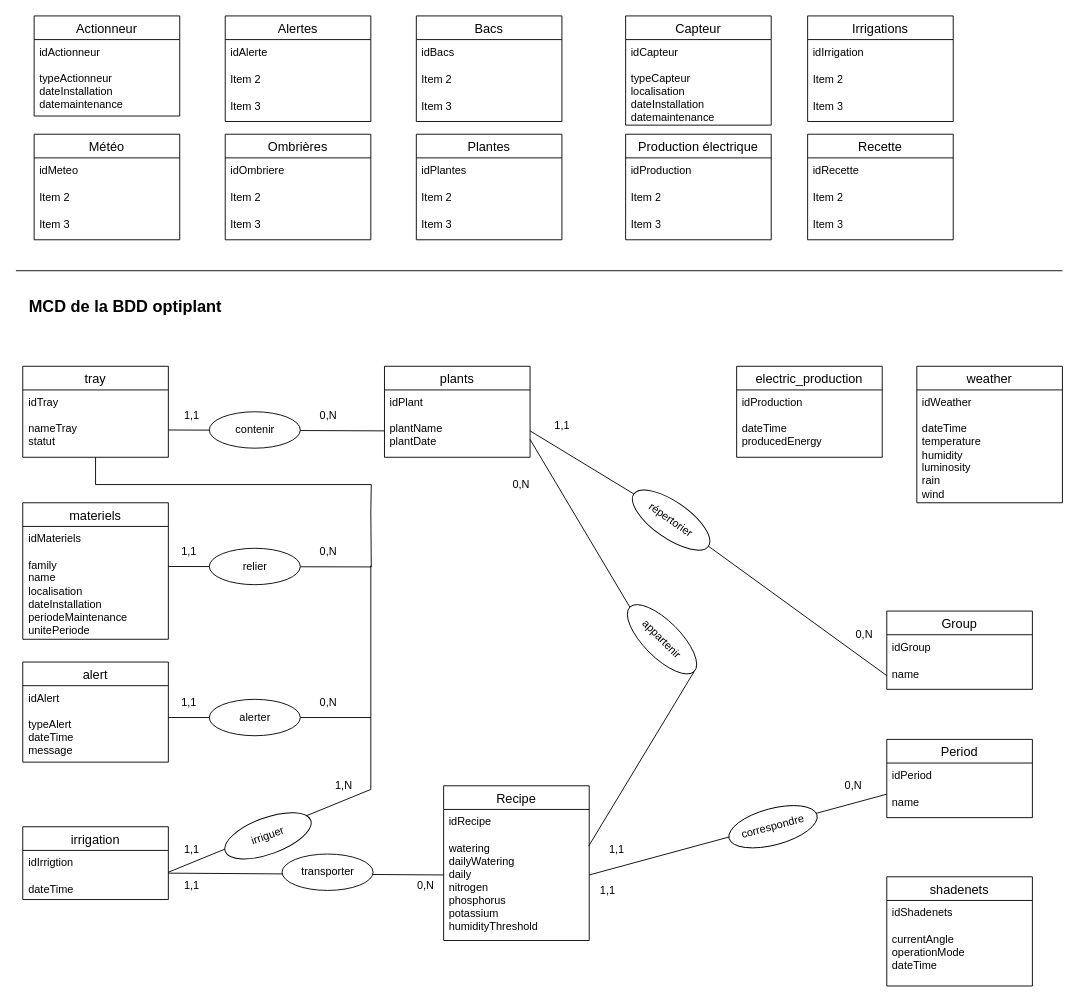
Earlier version of the draw.io diagram MCD.drawio (SAE601/BDD). Source tidied: cells renumbered, new cells numbered last; positions are measured from the earlier drawing's top-left corner, leaving out a move shared by most shapes. Both pictures are drawn from the tidied source at 91%, with x=0, y=0 at pixel (15, 15).
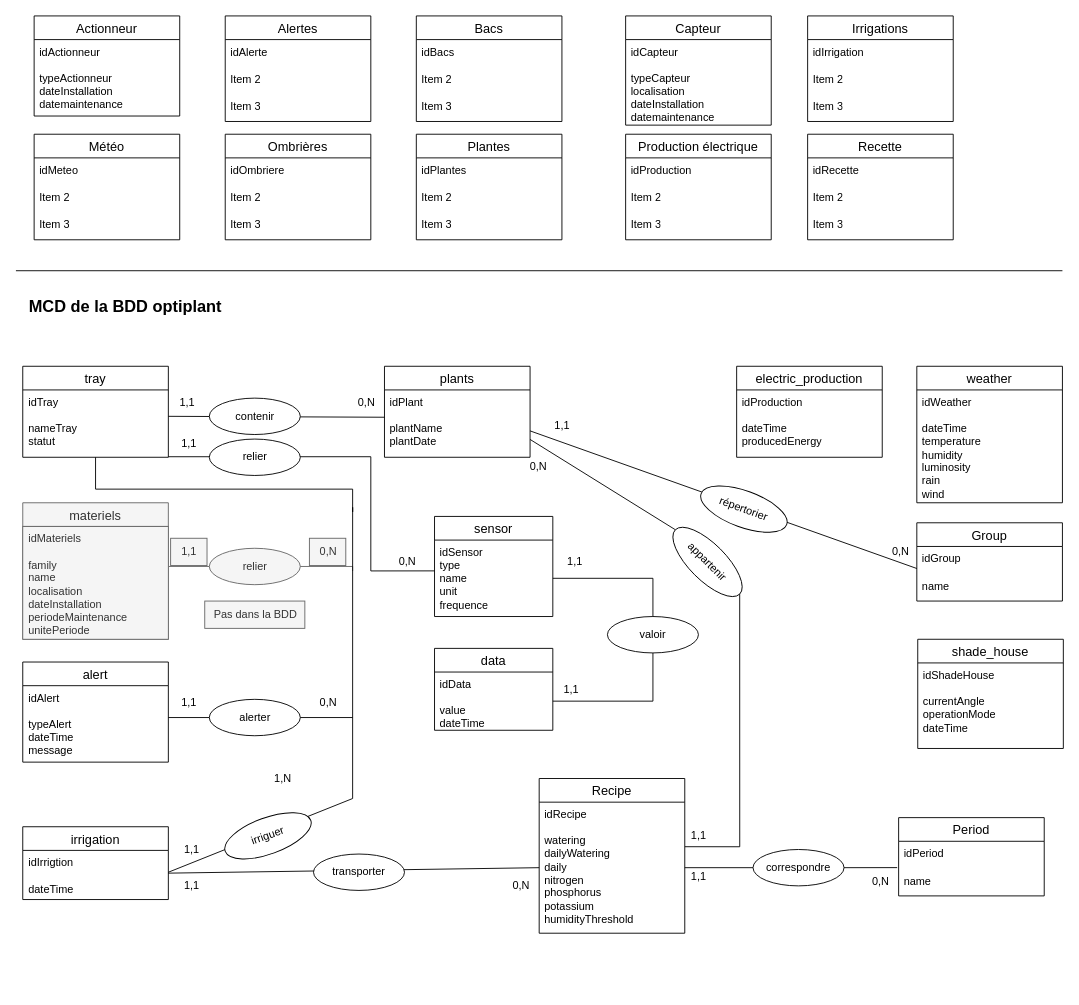
Above is the later version.

The change refers to these unchanged cells:
```xml
<mxCell id="35" value="tray" style="swimlane;fontStyle=0;horizontal=1;startSize=26;align=center;fontSize=14;" parent="1" vertex="1">
  <mxGeometry x="7.5" y="385" width="160" height="100" as="geometry" />
</mxCell>
<mxCell id="56" value="idGroup" style="text;strokeColor=none;fillColor=none;spacingLeft=4;spacingRight=4;overflow=hidden;points=[[0,0.5],[1,0.5]];portConstraint=eastwest;fontSize=12;whiteSpace=wrap;html=1;" parent="55" vertex="1">
  <mxGeometry y="26" width="160" height="30" as="geometry" />
</mxCell>
<mxCell id="57" value="name" style="text;strokeColor=none;fillColor=none;spacingLeft=4;spacingRight=4;overflow=hidden;points=[[0,0.5],[1,0.5]];portConstraint=eastwest;fontSize=12;whiteSpace=wrap;html=1;" parent="55" vertex="1">
  <mxGeometry y="56" width="160" height="30" as="geometry" />
</mxCell>
<mxCell id="67" value="name" style="text;strokeColor=none;fillColor=none;spacingLeft=4;spacingRight=4;overflow=hidden;points=[[0,0.5],[1,0.5]];portConstraint=eastwest;fontSize=12;whiteSpace=wrap;html=1;" parent="65" vertex="1">
  <mxGeometry y="56" width="160" height="30" as="geometry" />
</mxCell>
<mxCell id="75" value="&lt;div&gt;idRecipe&lt;br&gt;&lt;/div&gt;&lt;div&gt;&lt;br&gt;&lt;/div&gt;&lt;div&gt;watering&lt;span style=&quot;white-space: pre;&quot;&gt;&lt;/span&gt;&lt;/div&gt;&lt;div&gt;&lt;div&gt;dailyWatering&lt;span style=&quot;white-space: pre;&quot;&gt;&#9;&lt;/span&gt;&lt;/div&gt;&lt;div&gt;daily&lt;span style=&quot;white-space: pre;&quot;&gt;&#9;&lt;/span&gt;&lt;span style=&quot;white-space: pre;&quot;&gt;&#9;&lt;/span&gt;&lt;br&gt;nitrogen&lt;span style=&quot;white-space: pre;&quot;&gt;&#9;&lt;/span&gt;&lt;br&gt;phosphorus&lt;span style=&quot;white-space: pre;&quot;&gt;&#9;&lt;/span&gt;&lt;br&gt;potassium&lt;span style=&quot;white-space: pre;&quot;&gt;&#9;&lt;/span&gt;&lt;br&gt;humidityThreshold&lt;/div&gt;&lt;br&gt;&lt;/div&gt;&lt;div&gt;&lt;br&gt;&lt;/div&gt;" style="text;strokeColor=none;fillColor=none;spacingLeft=4;spacingRight=4;overflow=hidden;points=[[0,0.5],[1,0.5]];portConstraint=eastwest;fontSize=12;whiteSpace=wrap;html=1;" parent="74" vertex="1">
  <mxGeometry y="26" width="160" height="144" as="geometry" />
</mxCell>
```

Diff of the diagram source:
```diff
@@
     <mxCell id="34" style="edgeStyle=orthogonalEdgeStyle;rounded=0;jettySize=auto;html=1;exitX=0.5;exitY=1;exitDx=0;exitDy=0;endArrow=none;startFill=0;" parent="1" edge="1" source="35">
       <mxGeometry relative="1" as="geometry">
-        <mxPoint x="390" y="545" as="targetPoint" />
+        <mxPoint x="370" y="540" as="targetPoint" />
+        <Array as="points">
+          <mxPoint x="88" y="520" />
+          <mxPoint x="370" y="520" />
+          <mxPoint x="370" y="545" />
+        </Array>
       </mxGeometry>
     </mxCell>
@@
     <mxCell id="39" style="endArrow=none;html=1;rounded=0;entryX=0;entryY=0.5;entryDx=0;entryDy=0;" parent="1" edge="1">
       <mxGeometry relative="1" as="geometry">
-        <mxPoint x="167.5" y="455" as="sourcePoint" />
-        <mxPoint x="405" y="456" as="targetPoint" />
+        <mxPoint x="167.5" y="440" as="sourcePoint" />
+        <mxPoint x="405" y="441" as="targetPoint" />
       </mxGeometry>
     </mxCell>
     <mxCell id="40" value="contenir" style="ellipse;whiteSpace=wrap;html=1;align=center;" parent="1" vertex="1">
-      <mxGeometry x="212.5" y="435" width="100" height="40" as="geometry" />
+      <mxGeometry x="212.5" y="420" width="100" height="40" as="geometry" />
     </mxCell>
     <mxCell id="41" value="1,1" style="text;html=1;align=center;verticalAlign=middle;strokeColor=none;fillColor=none;" parent="1" vertex="1">
-      <mxGeometry x="172.5" y="424" width="40" height="30" as="geometry" />
+      <mxGeometry x="167.5" y="410" width="40" height="30" as="geometry" />
     </mxCell>
     <mxCell id="42" value="0,N" style="text;html=1;align=center;verticalAlign=middle;strokeColor=none;fillColor=none;" parent="1" vertex="1">
-      <mxGeometry x="322.5" y="424" width="40" height="30" as="geometry" />
+      <mxGeometry x="365" y="410" width="40" height="30" as="geometry" />
     </mxCell>
@@
-    <mxCell id="44" style="endArrow=none;html=1;rounded=0;edgeStyle=orthogonalEdgeStyle;" parent="1" edge="1">
+    <mxCell id="44" style="endArrow=none;html=1;rounded=0;edgeStyle=orthogonalEdgeStyle;fillColor=#f5f5f5;strokeColor=#666666;" parent="1" edge="1">
       <mxGeometry relative="1" as="geometry">
         <mxPoint x="167.5" y="605" as="sourcePoint" />
-        <mxPoint x="390" y="545" as="targetPoint" />
+        <mxPoint x="370" y="610" as="targetPoint" />
+        <Array as="points">
+          <mxPoint x="370" y="605" />
+        </Array>
       </mxGeometry>
     </mxCell>
-    <mxCell id="45" value="relier" style="ellipse;whiteSpace=wrap;html=1;align=center;" parent="1" vertex="1">
+    <mxCell id="45" value="relier" style="ellipse;whiteSpace=wrap;html=1;align=center;fillColor=#f5f5f5;fontColor=#333333;strokeColor=#666666;" parent="1" vertex="1">
       <mxGeometry x="212.5" y="585" width="100" height="40" as="geometry" />
     </mxCell>
-    <mxCell id="46" value="1,1" style="text;html=1;align=center;verticalAlign=middle;strokeColor=none;fillColor=none;" parent="1" vertex="1">
+    <mxCell id="46" value="1,1" style="text;html=1;align=center;verticalAlign=middle;strokeColor=#666666;fillColor=#f5f5f5;fontColor=#333333;" parent="1" vertex="1">
       <mxGeometry x="170" y="574" width="40" height="30" as="geometry" />
     </mxCell>
-    <mxCell id="47" value="0,N" style="text;html=1;align=center;verticalAlign=middle;strokeColor=none;fillColor=none;" parent="1" vertex="1">
+    <mxCell id="47" value="0,N" style="text;html=1;align=center;verticalAlign=middle;strokeColor=#666666;fillColor=#f5f5f5;fontColor=#333333;" parent="1" vertex="1">
       <mxGeometry x="322.5" y="574" width="40" height="30" as="geometry" />
     </mxCell>
@@
     <mxCell id="50" style="endArrow=none;html=1;rounded=0;" parent="1" edge="1">
       <mxGeometry relative="1" as="geometry">
         <mxPoint x="167.5" y="771" as="sourcePoint" />
-        <mxPoint x="390" y="771" as="targetPoint" />
+        <mxPoint x="370" y="771" as="targetPoint" />
       </mxGeometry>
     </mxCell>
@@
     <mxCell id="54" value="0,N" style="text;html=1;align=center;verticalAlign=middle;strokeColor=none;fillColor=none;" parent="1" vertex="1">
-      <mxGeometry x="912" y="665" width="40" height="30" as="geometry" />
+      <mxGeometry x="952" y="574" width="40" height="30" as="geometry" />
     </mxCell>
     <mxCell id="55" value="Group" style="swimlane;fontStyle=0;horizontal=1;startSize=26;align=center;fontSize=14;" parent="1" vertex="1">
-      <mxGeometry x="957" y="654" width="160" height="86" as="geometry" />
+      <mxGeometry x="990" y="557" width="160" height="86" as="geometry" />
     </mxCell>
@@
     <mxCell id="59" value="1,1" style="text;html=1;align=center;verticalAlign=middle;strokeColor=none;fillColor=none;" parent="1" vertex="1">
-      <mxGeometry x="630" y="946" width="40" height="30" as="geometry" />
+      <mxGeometry x="730" y="886" width="40" height="30" as="geometry" />
     </mxCell>
     <mxCell id="60" value="0,N" style="text;html=1;align=center;verticalAlign=middle;strokeColor=none;fillColor=none;" parent="1" vertex="1">
-      <mxGeometry x="535" y="500" width="40" height="30" as="geometry" />
+      <mxGeometry x="554" y="480" width="40" height="30" as="geometry" />
     </mxCell>
@@
-    <mxCell id="62" style="endArrow=none;html=1;rounded=0;entryX=-0.001;entryY=0.142;entryDx=0;entryDy=0;exitX=1;exitY=0.5;exitDx=0;exitDy=0;entryPerimeter=0;" parent="1" edge="1" source="75" target="67">
+    <mxCell id="62" style="endArrow=none;html=1;rounded=0;entryX=-0.01;entryY=-0.036;entryDx=0;entryDy=0;exitX=1;exitY=0.5;exitDx=0;exitDy=0;entryPerimeter=0;" parent="1" edge="1" source="85" target="67">
       <mxGeometry relative="1" as="geometry" />
     </mxCell>
     <mxCell id="63" value="1,1" style="text;html=1;align=center;verticalAlign=middle;strokeColor=none;fillColor=none;" parent="1" vertex="1">
-      <mxGeometry x="640" y="901" width="40" height="30" as="geometry" />
+      <mxGeometry x="730" y="931" width="40" height="30" as="geometry" />
     </mxCell>
     <mxCell id="64" value="0,N" style="text;html=1;align=center;verticalAlign=middle;strokeColor=none;fillColor=none;" parent="1" vertex="1">
-      <mxGeometry x="900" y="831" width="40" height="30" as="geometry" />
+      <mxGeometry x="930" y="937" width="40" height="30" as="geometry" />
     </mxCell>
     <mxCell id="65" value="Period" style="swimlane;fontStyle=0;horizontal=1;startSize=26;align=center;fontSize=14;" parent="1" vertex="1">
-      <mxGeometry x="957" y="795" width="160" height="86" as="geometry" />
+      <mxGeometry x="970" y="881" width="160" height="86" as="geometry" />
     </mxCell>
@@
     <mxCell id="70" style="endArrow=none;html=1;rounded=0;" parent="1" edge="1">
       <mxGeometry relative="1" as="geometry">
         <mxPoint x="167.5" y="941" as="sourcePoint" />
-        <mxPoint x="390" y="850" as="targetPoint" />
+        <mxPoint x="370" y="860" as="targetPoint" />
       </mxGeometry>
     </mxCell>
@@
     <mxCell id="73" value="1,N" style="text;html=1;align=center;verticalAlign=middle;strokeColor=none;fillColor=none;" parent="1" vertex="1">
-      <mxGeometry x="340" y="831" width="40" height="30" as="geometry" />
+      <mxGeometry x="272.5" y="823" width="40" height="30" as="geometry" />
     </mxCell>
     <mxCell id="74" value="Recipe" style="swimlane;fontStyle=0;horizontal=1;startSize=26;align=center;fontSize=14;" parent="1" vertex="1">
-      <mxGeometry x="470" y="846" width="160" height="170" as="geometry" />
+      <mxGeometry x="575" y="838" width="160" height="170" as="geometry" />
     </mxCell>
@@
     <mxCell id="77" value="0,N" style="text;html=1;align=center;verticalAlign=middle;strokeColor=none;fillColor=none;" parent="1" vertex="1">
-      <mxGeometry x="430" y="941" width="40" height="30" as="geometry" />
+      <mxGeometry x="535" y="941" width="40" height="30" as="geometry" />
     </mxCell>
@@
-    <mxCell id="79" style="rounded=0;jettySize=auto;html=1;entryX=0;entryY=0.5;entryDx=0;entryDy=0;endArrow=none;startFill=0;exitX=1;exitY=0.5;exitDx=0;exitDy=0;" parent="1" edge="1" source="83" target="57">
-      <mxGeometry relative="1" as="geometry" />
-    </mxCell>
@@
     <mxCell id="81" style="endArrow=none;html=1;rounded=0;" parent="1" edge="1">
       <mxGeometry relative="1" as="geometry">
-        <mxPoint x="390" y="850" as="sourcePoint" />
-        <mxPoint x="390" y="604" as="targetPoint" />
+        <mxPoint x="370" y="860" as="sourcePoint" />
+        <mxPoint x="370" y="540" as="targetPoint" />
       </mxGeometry>
     </mxCell>
-    <mxCell id="82" style="rounded=0;jettySize=auto;html=1;entryX=0;entryY=0.5;entryDx=0;entryDy=0;endArrow=none;startFill=0;exitX=1;exitY=0.5;exitDx=0;exitDy=0;" parent="1" edge="1" target="83">
+    <mxCell id="82" style="rounded=0;jettySize=auto;html=1;entryX=0;entryY=0.808;entryDx=0;entryDy=0;endArrow=none;startFill=0;exitX=1;exitY=0.5;exitDx=0;exitDy=0;entryPerimeter=0;" parent="1" edge="1" target="56">
       <mxGeometry relative="1" as="geometry">
         <mxPoint x="565" y="456" as="sourcePoint" />
       </mxGeometry>
     </mxCell>
-    <mxCell id="83" value="répertorier" style="ellipse;whiteSpace=wrap;html=1;align=center;rotation=35;" parent="1" vertex="1">
-      <mxGeometry x="670" y="534" width="100" height="40" as="geometry" />
-    </mxCell>
     <mxCell id="84" value="transporter" style="ellipse;whiteSpace=wrap;html=1;align=center;rotation=0;" parent="1" vertex="1">
-      <mxGeometry x="292.5" y="921" width="100" height="40" as="geometry" />
+      <mxGeometry x="327" y="921" width="100" height="40" as="geometry" />
     </mxCell>
-    <mxCell id="85" value="correspondre" style="ellipse;whiteSpace=wrap;html=1;align=center;rotation=-15;" parent="1" vertex="1">
-      <mxGeometry x="782" y="871" width="100" height="40" as="geometry" />
-    </mxCell>
@@
-    <mxCell id="91" value="shadenets" style="swimlane;fontStyle=0;horizontal=1;startSize=26;align=center;fontSize=14;" parent="1" vertex="1">
-      <mxGeometry x="957" y="946" width="160" height="120" as="geometry" />
+    <mxCell id="91" value="shade_house" style="swimlane;fontStyle=0;horizontal=1;startSize=26;align=center;fontSize=14;" parent="1" vertex="1">
+      <mxGeometry x="991" y="685" width="160" height="120" as="geometry" />
     </mxCell>
-    <mxCell id="92" value="&lt;div&gt;idShadenets&lt;/div&gt;&lt;div&gt;&lt;br&gt;&lt;/div&gt;&lt;div&gt;currentAngle&lt;span style=&quot;white-space: pre;&quot;&gt;&#9;&lt;/span&gt;&lt;/div&gt;&lt;div&gt;operationMode &lt;br&gt;&lt;/div&gt;&lt;div&gt;dateTime&lt;/div&gt;" style="text;strokeColor=none;fillColor=none;spacingLeft=4;spacingRight=4;overflow=hidden;fontSize=12;whiteSpace=wrap;html=1;" parent="91" vertex="1">
+    <mxCell id="92" value="&lt;div&gt;idShadeHouse&lt;/div&gt;&lt;div&gt;&lt;br&gt;&lt;/div&gt;&lt;div&gt;currentAngle&lt;span style=&quot;white-space: pre;&quot;&gt;&#9;&lt;/span&gt;&lt;/div&gt;&lt;div&gt;operationMode &lt;br&gt;&lt;/div&gt;&lt;div&gt;dateTime&lt;/div&gt;" style="text;strokeColor=none;fillColor=none;spacingLeft=4;spacingRight=4;overflow=hidden;fontSize=12;whiteSpace=wrap;html=1;" parent="91" vertex="1">
       <mxGeometry y="26" width="160" height="94" as="geometry" />
     </mxCell>
-    <mxCell id="93" value="materiels" style="swimlane;fontStyle=0;horizontal=1;startSize=26;align=center;fontSize=14;" parent="1" vertex="1">
+    <mxCell id="93" value="materiels" style="swimlane;fontStyle=0;horizontal=1;startSize=26;align=center;fontSize=14;fillColor=#f5f5f5;fontColor=#333333;strokeColor=#666666;" parent="1" vertex="1">
       <mxGeometry x="7.5" y="535" width="160" height="150" as="geometry" />
     </mxCell>
-    <mxCell id="94" value="&lt;div&gt;idMateriels&lt;/div&gt;&lt;div&gt;&lt;br&gt;&lt;/div&gt;&lt;div&gt;family&lt;/div&gt;&lt;div&gt;name&lt;/div&gt;&lt;div&gt;localisation&lt;br&gt;&lt;/div&gt;&lt;div&gt;dateInstallation&lt;/div&gt;&lt;div&gt;periodeMaintenance&lt;/div&gt;&lt;div&gt;unitePeriode&lt;/div&gt;" style="text;strokeColor=none;fillColor=none;spacingLeft=4;spacingRight=4;overflow=hidden;fontSize=12;whiteSpace=wrap;html=1;" parent="93" vertex="1">
+    <mxCell id="94" value="&lt;div&gt;idMateriels&lt;/div&gt;&lt;div&gt;&lt;br&gt;&lt;/div&gt;&lt;div&gt;family&lt;/div&gt;&lt;div&gt;name&lt;/div&gt;&lt;div&gt;localisation&lt;br&gt;&lt;/div&gt;&lt;div&gt;dateInstallation&lt;/div&gt;&lt;div&gt;periodeMaintenance&lt;/div&gt;&lt;div&gt;unitePeriode&lt;/div&gt;" style="text;strokeColor=#666666;fillColor=#f5f5f5;spacingLeft=4;spacingRight=4;overflow=hidden;fontSize=12;whiteSpace=wrap;html=1;fontColor=#333333;" parent="93" vertex="1">
       <mxGeometry y="26" width="160" height="124" as="geometry" />
     </mxCell>
@@
     <mxCell id="99" value="appartenir" style="ellipse;whiteSpace=wrap;html=1;align=center;rotation=45;" parent="1" vertex="1">
-      <mxGeometry x="660" y="665" width="100" height="40" as="geometry" />
+      <mxGeometry x="710" y="580" width="100" height="40" as="geometry" />
     </mxCell>
+    <mxCell id="101" value="sensor" style="swimlane;fontStyle=0;horizontal=1;startSize=26;align=center;fontSize=14;" parent="1" vertex="1">
+      <mxGeometry x="460" y="550" width="130" height="110" as="geometry" />
+    </mxCell>
+    <mxCell id="102" value="&lt;div&gt;idSensor&lt;/div&gt;&lt;div&gt;type&lt;span style=&quot;white-space: pre;&quot;&gt;&#9;&lt;/span&gt;&lt;/div&gt;&lt;div&gt;name&lt;/div&gt;&lt;div&gt;unit&lt;/div&gt;&lt;div&gt;frequence &lt;br&gt;&lt;/div&gt;&lt;div&gt;&lt;br&gt;&lt;/div&gt;" style="text;strokeColor=none;fillColor=none;spacingLeft=4;spacingRight=4;overflow=hidden;points=[[0,0.5],[1,0.5]];portConstraint=eastwest;fontSize=12;whiteSpace=wrap;html=1;" parent="101" vertex="1">
+      <mxGeometry y="26" width="130" height="84" as="geometry" />
+    </mxCell>
+    <mxCell id="103" value="data" style="swimlane;fontStyle=0;horizontal=1;startSize=26;align=center;fontSize=14;" parent="1" vertex="1">
+      <mxGeometry x="460" y="695" width="130" height="90" as="geometry" />
+    </mxCell>
+    <mxCell id="104" value="&lt;div&gt;idData&lt;/div&gt;&lt;div&gt;&lt;br&gt;&lt;/div&gt;&lt;div&gt;&lt;div&gt;value&lt;/div&gt;&lt;div&gt;dateTime&lt;/div&gt;&lt;br&gt;&lt;/div&gt;&lt;div&gt;&lt;br&gt;&lt;/div&gt;" style="text;strokeColor=none;fillColor=none;spacingLeft=4;spacingRight=4;overflow=hidden;points=[[0,0.5],[1,0.5]];portConstraint=eastwest;fontSize=12;whiteSpace=wrap;html=1;" parent="103" vertex="1">
+      <mxGeometry y="26" width="130" height="64" as="geometry" />
+    </mxCell>
+    <mxCell id="105" value="1,1" style="text;html=1;align=center;verticalAlign=middle;strokeColor=none;fillColor=none;" parent="1" vertex="1">
+      <mxGeometry x="594" y="585" width="40" height="30" as="geometry" />
+    </mxCell>
+    <mxCell id="106" value="1,1" style="text;html=1;align=center;verticalAlign=middle;strokeColor=none;fillColor=none;" parent="1" vertex="1">
+      <mxGeometry x="590" y="725" width="40" height="30" as="geometry" />
+    </mxCell>
+    <mxCell id="107" style="endArrow=none;html=1;rounded=0;edgeStyle=orthogonalEdgeStyle;entryX=0.001;entryY=0.403;entryDx=0;entryDy=0;entryPerimeter=0;" parent="1" edge="1" target="102">
+      <mxGeometry relative="1" as="geometry">
+        <mxPoint x="167.5" y="484.4" as="sourcePoint" />
+        <Array as="points">
+          <mxPoint x="390" y="484" />
+          <mxPoint x="390" y="610" />
+          <mxPoint x="460" y="610" />
+        </Array>
+      </mxGeometry>
+    </mxCell>
+    <mxCell id="108" value="relier" style="ellipse;whiteSpace=wrap;html=1;align=center;" parent="1" vertex="1">
+      <mxGeometry x="212.5" y="465" width="100" height="40" as="geometry" />
+    </mxCell>
+    <mxCell id="109" value="1,1" style="text;html=1;align=center;verticalAlign=middle;strokeColor=none;fillColor=none;" parent="1" vertex="1">
+      <mxGeometry x="170" y="455" width="40" height="30" as="geometry" />
+    </mxCell>
+    <mxCell id="110" value="0,N" style="text;html=1;align=center;verticalAlign=middle;strokeColor=none;fillColor=none;" parent="1" vertex="1">
+      <mxGeometry x="410" y="585" width="40" height="30" as="geometry" />
+    </mxCell>
+    <mxCell id="111" value="Pas dans la BDD " style="text;html=1;align=center;verticalAlign=middle;strokeColor=#666666;fillColor=#f5f5f5;fontColor=#333333;" parent="1" vertex="1">
+      <mxGeometry x="207.5" y="643" width="110" height="30" as="geometry" />
+    </mxCell>
+    <mxCell id="112" style="endArrow=none;html=1;rounded=0;entryX=0;entryY=0.5;entryDx=0;entryDy=0;exitX=1;exitY=0.5;exitDx=0;exitDy=0;" parent="1" edge="1" source="75" target="85">
+      <mxGeometry relative="1" as="geometry" />
+    </mxCell>
+    <mxCell id="85" value="correspondre" style="ellipse;whiteSpace=wrap;html=1;align=center;rotation=0;" parent="1" vertex="1">
+      <mxGeometry x="810" y="916" width="100" height="40" as="geometry" />
+    </mxCell>
+    <mxCell id="83" value="répertorier" style="ellipse;whiteSpace=wrap;html=1;align=center;rotation=20;" parent="1" vertex="1">
+      <mxGeometry x="750" y="522" width="100" height="40" as="geometry" />
+    </mxCell>
-    <mxCell id="100" style="edgeStyle=none;rounded=0;jettySize=auto;html=1;exitX=1;exitY=0.5;exitDx=0;exitDy=0;entryX=0.996;entryY=0.28;entryDx=0;entryDy=0;entryPerimeter=0;endArrow=none;startFill=0;" parent="1" edge="1" source="99" target="75">
+    <mxCell id="100" style="edgeStyle=orthogonalEdgeStyle;rounded=0;jettySize=auto;html=1;exitX=1;exitY=0.5;exitDx=0;exitDy=0;entryX=1.001;entryY=0.34;entryDx=0;entryDy=0;entryPerimeter=0;endArrow=none;startFill=0;" parent="1" edge="1" source="99" target="75">
       <mxGeometry relative="1" as="geometry" />
     </mxCell>
+    <mxCell id="113" style="edgeStyle=orthogonalEdgeStyle;rounded=0;jettySize=auto;html=1;exitX=0.5;exitY=0;exitDx=0;exitDy=0;entryX=1;entryY=0.5;entryDx=0;entryDy=0;endArrow=none;startFill=0;" parent="1" edge="1" source="115" target="102">
+      <mxGeometry relative="1" as="geometry" />
+    </mxCell>
+    <mxCell id="114" style="edgeStyle=orthogonalEdgeStyle;rounded=0;jettySize=auto;html=1;exitX=0.5;exitY=1;exitDx=0;exitDy=0;entryX=1;entryY=0.5;entryDx=0;entryDy=0;endArrow=none;startFill=0;" parent="1" edge="1" source="115" target="104">
+      <mxGeometry relative="1" as="geometry" />
+    </mxCell>
+    <mxCell id="115" value="valoir" style="ellipse;whiteSpace=wrap;html=1;align=center;rotation=0;" parent="1" vertex="1">
+      <mxGeometry x="650" y="660" width="100" height="40" as="geometry" />
+    </mxCell>
```
